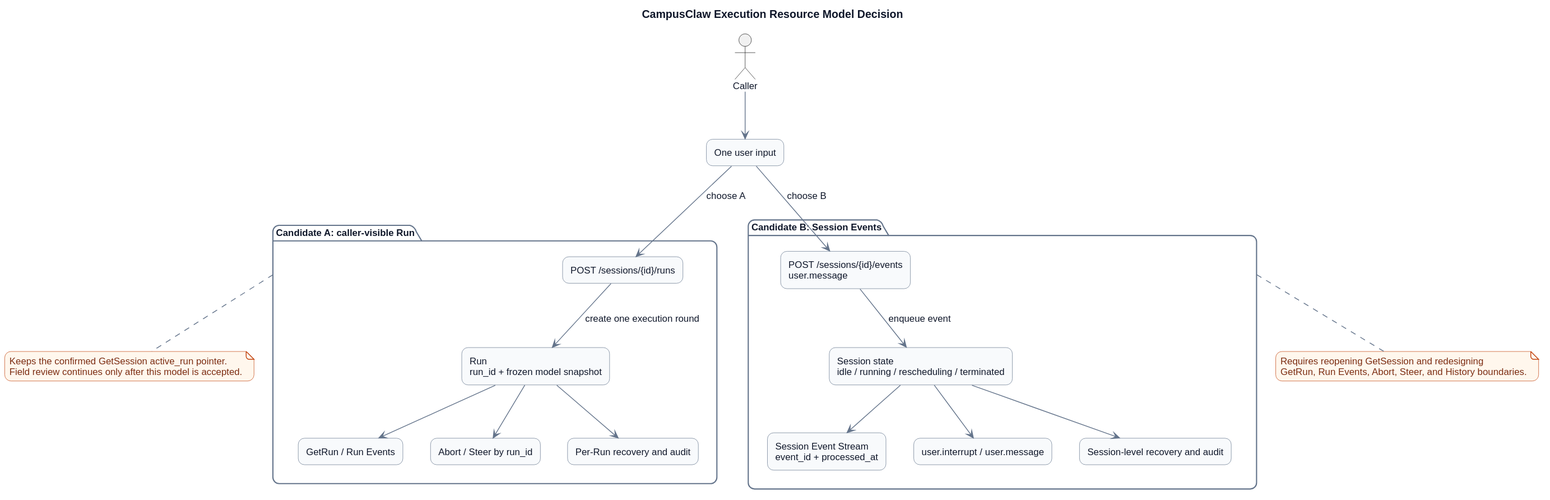
This is pi-mono-java-manager-driven-multi-agent-runtime/http_execution_resource_model.svg from ssm0808/pi-mono-java-design, a PlantUML export, as it was before one commit.
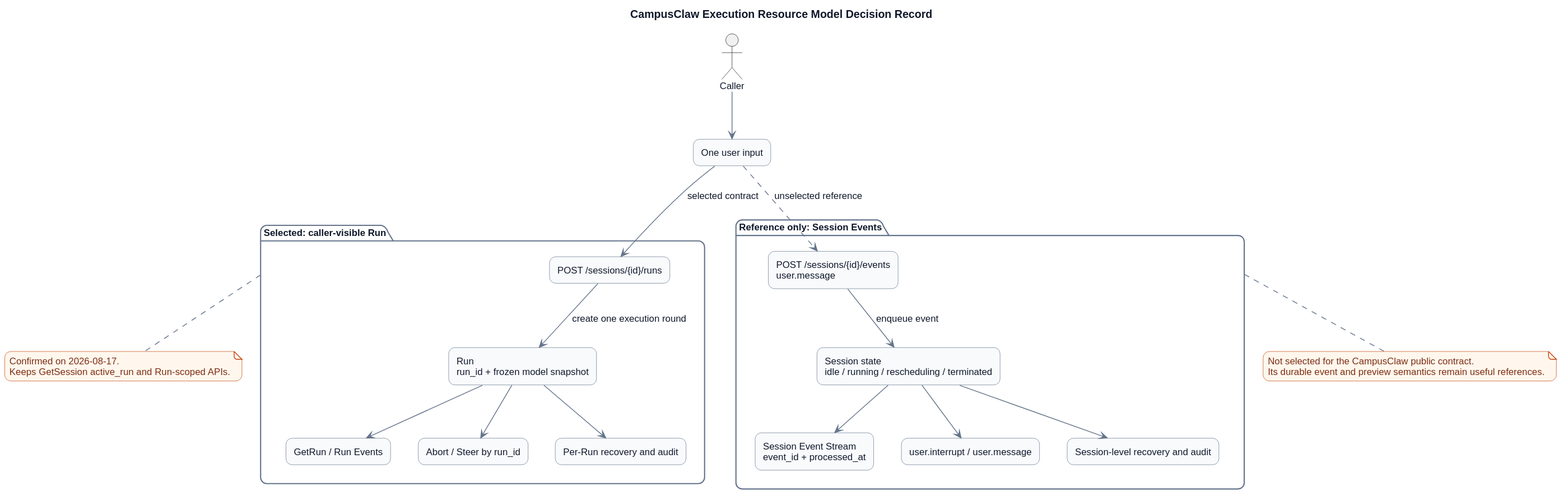
The same diagram one commit later.

Commit message:
docs(api): confirm explicit Run resource model

The edit, as a diff of the source:
```diff
@@ -1,5 +1,5 @@
 @startuml
-title CampusClaw Execution Resource Model Decision
+title CampusClaw Execution Resource Model Decision Record
 
 
 skinparam backgroundColor #FFFFFF
@@ -28,7 +28,7 @@
 actor Caller
 rectangle "One user input" as Input
 
-package "Candidate A: caller-visible Run" as CandidateA {
+package "Selected: caller-visible Run" as CandidateA {
   rectangle "POST /sessions/{id}/runs" as CreateRun
   rectangle "Run\nrun_id + frozen model snapshot" as Run
   rectangle "GetRun / Run Events" as RunObserve
@@ -36,7 +36,7 @@
   rectangle "Per-Run recovery and audit" as RunAudit
 }
 
-package "Candidate B: Session Events" as CandidateB {
+package "Reference only: Session Events" as CandidateB {
   rectangle "POST /sessions/{id}/events\nuser.message" as SendEvent
   rectangle "Session state\nidle / running / rescheduling / terminated" as SessionState
   rectangle "Session Event Stream\nevent_id + processed_at" as SessionObserve
@@ -45,25 +45,25 @@
 }
 
 Caller --> Input
-Input --> CreateRun : choose A
+Input --> CreateRun : selected contract
 CreateRun --> Run : create one execution round
 Run --> RunObserve
 Run --> RunControl
 Run --> RunAudit
 
-Input --> SendEvent : choose B
+Input ..> SendEvent : unselected reference
 SendEvent --> SessionState : enqueue event
 SessionState --> SessionObserve
 SessionState --> SessionControl
 SessionState --> SessionAudit
 
 note bottom of CandidateA
-Keeps the confirmed GetSession active_run pointer.
-Field review continues only after this model is accepted.
+Confirmed on 2026-08-17.
+Keeps GetSession active_run and Run-scoped APIs.
 end note
 
 note bottom of CandidateB
-Requires reopening GetSession and redesigning
-GetRun, Run Events, Abort, Steer, and History boundaries.
+Not selected for the CampusClaw public contract.
+Its durable event and preview semantics remain useful references.
 end note
 @enduml
```
